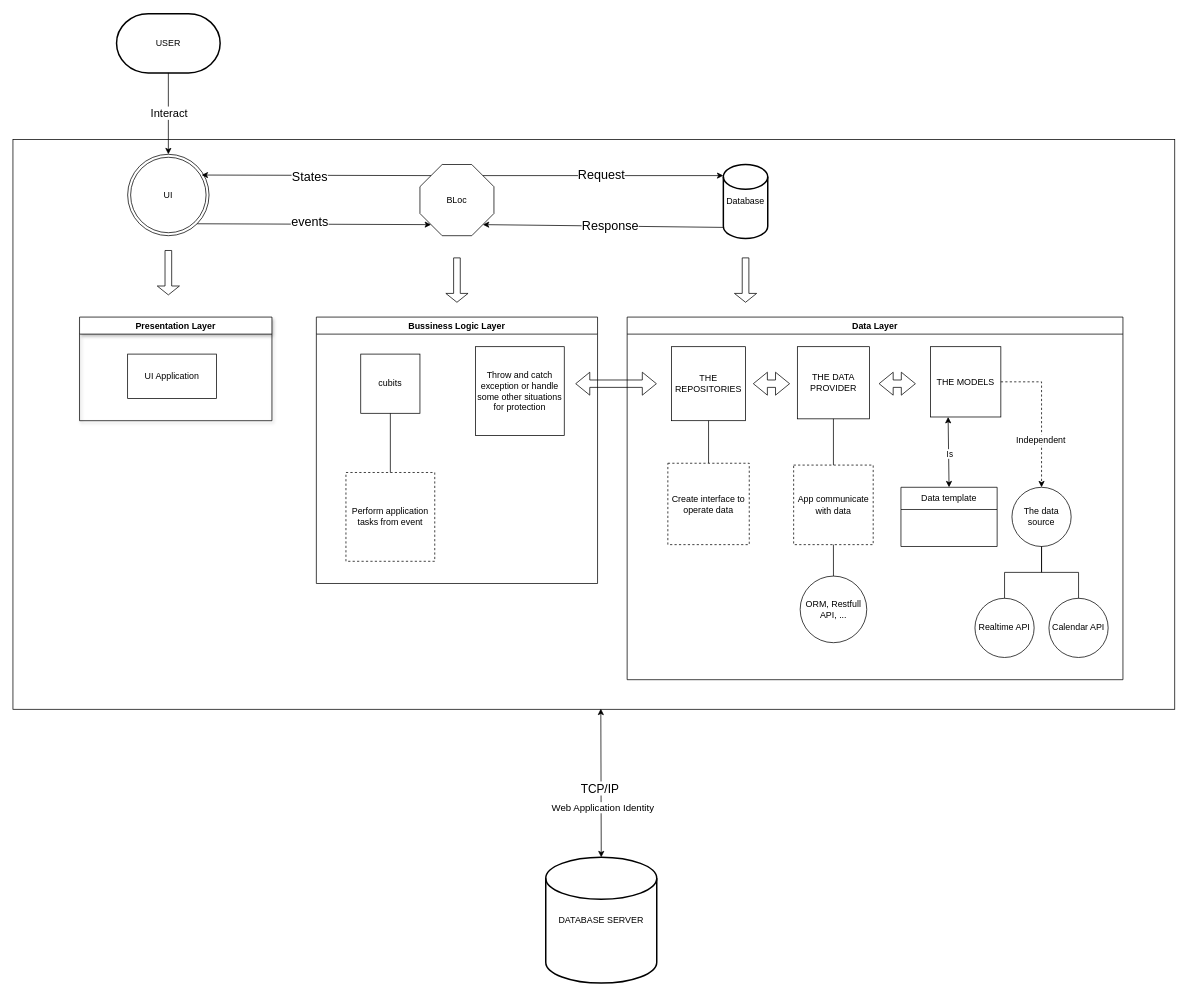
Above: Untitled Diagram.drawio in LeTrungPhong/diagram (draw.io), before the change. Source tidied: cells renumbered, new cells numbered last; positions are measured from the earlier drawing's top-left corner, leaving out a move shared by most shapes. Both pictures are drawn from the tidied source at 74%, with x=0, y=0 at pixel (13, 13).
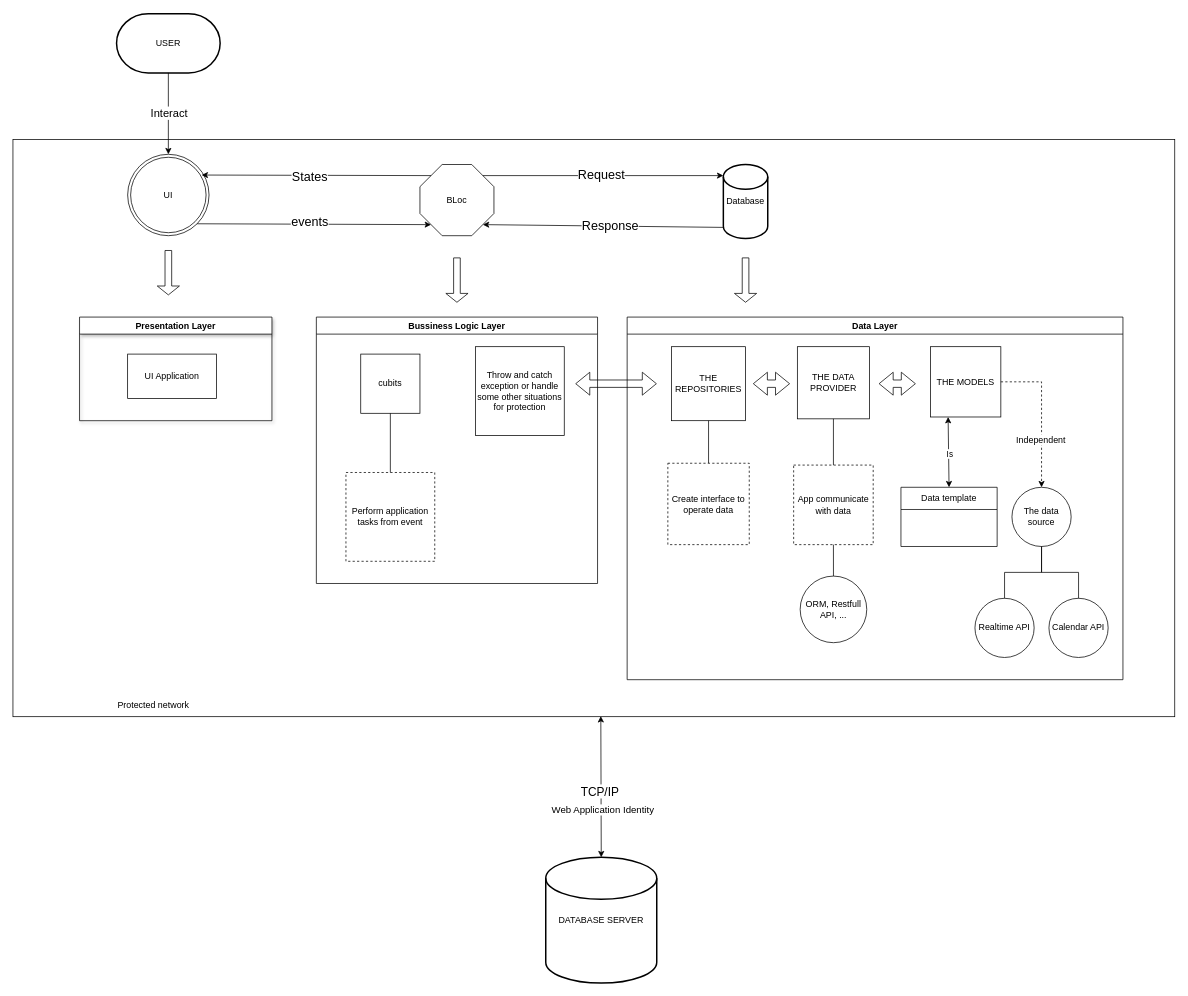
Above is the later version.

Diff of the diagram source:
```diff
@@
     <mxCell id="2" style="rounded=0;whiteSpace=wrap;html=1;" parent="1" vertex="1">
-      <mxGeometry y="170" width="1570" height="770" as="geometry" />
+      <mxGeometry y="170" width="1570" height="780" as="geometry" />
     </mxCell>
@@
+    <mxCell id="54" value="Protected network" style="text;html=1;align=center;verticalAlign=middle;whiteSpace=wrap;rounded=0;" parent="1" vertex="1">
+      <mxGeometry x="120" y="920" width="140" height="30" as="geometry" />
+    </mxCell>
```
